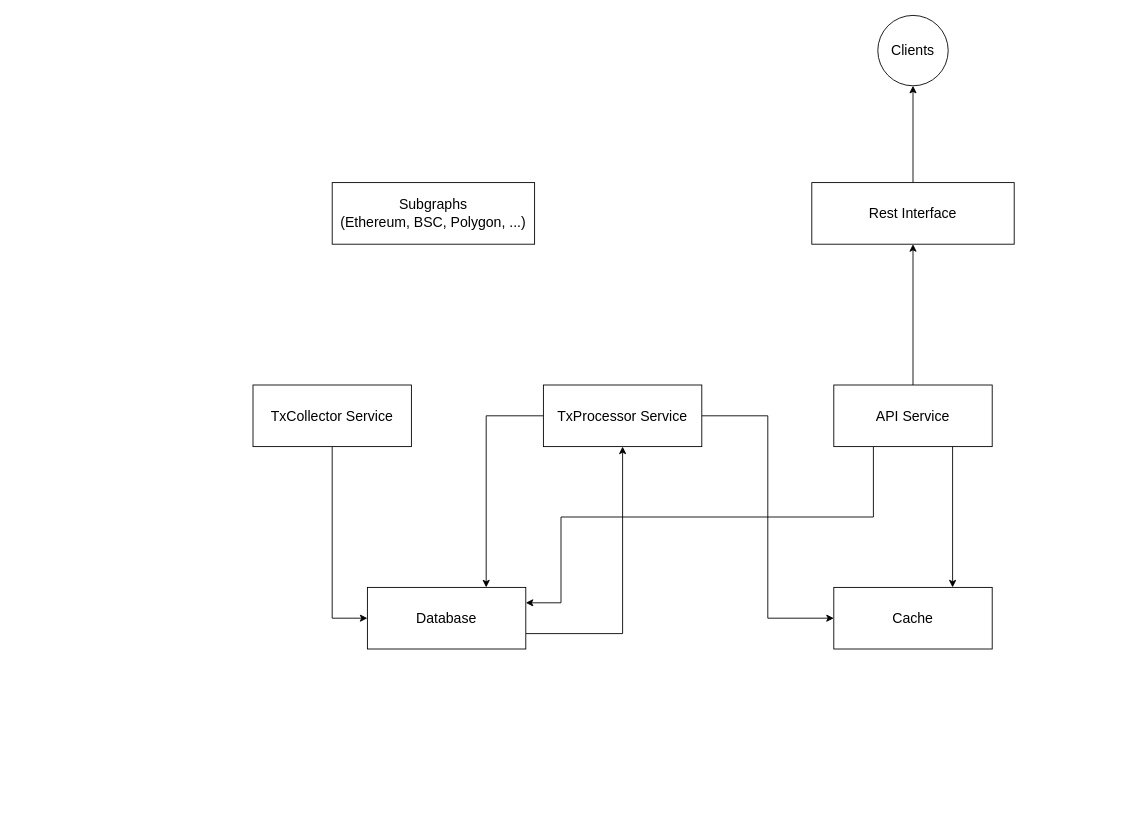
The draw.io diagram Referral program v2 system components.drawio in piavgh/draw.io-data, before the edit. Source tidied: cells renumbered, new cells numbered last; positions are measured from the earlier drawing's top-left corner, leaving out a move shared by most shapes. Both pictures are drawn from the tidied source at 88%, with x=0, y=0 at pixel (253, 15).
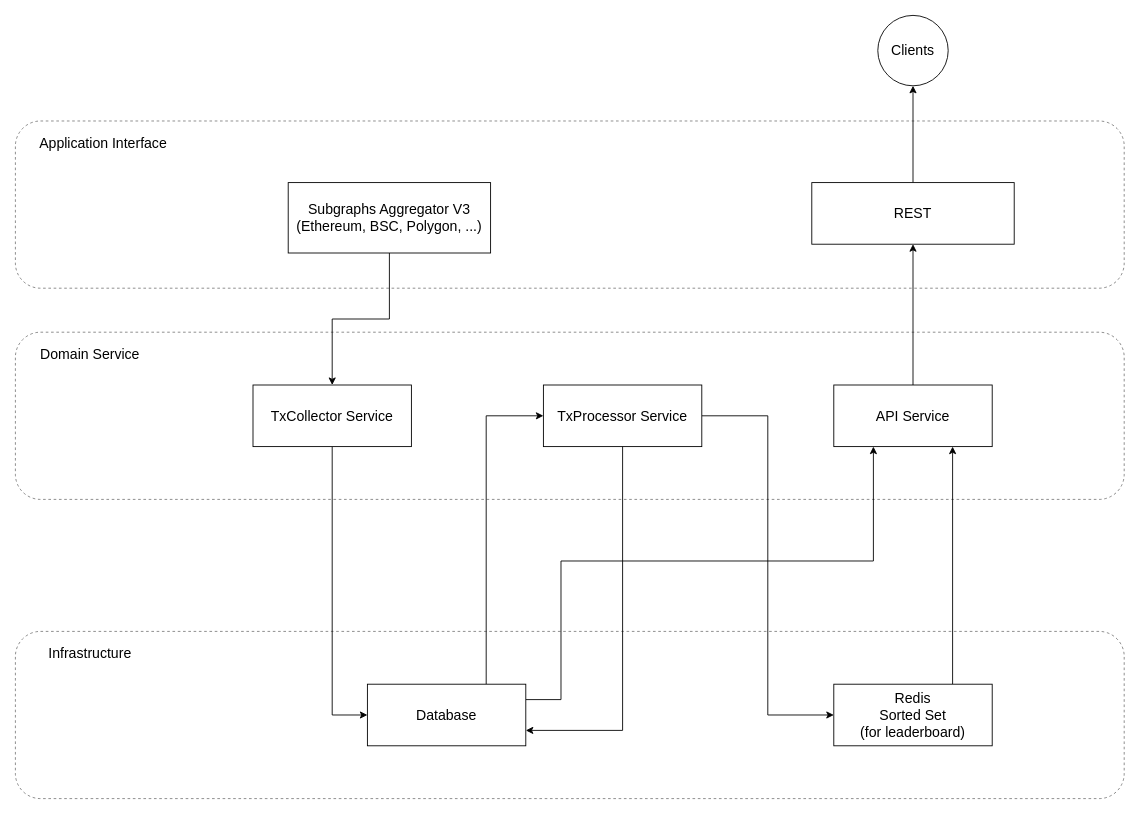
After the change.

Unchanged cells that the change refers to:
```xml
<mxCell id="3" value="TxCollector Service" style="rounded=0;whiteSpace=wrap;html=1;fontSize=16;" parent="1" vertex="1">
  <mxGeometry y="420" width="180" height="70" as="geometry" />
</mxCell>
<mxCell id="6" value="TxProcessor Service" style="rounded=0;whiteSpace=wrap;html=1;fontSize=16;" parent="1" vertex="1">
  <mxGeometry x="330" y="420" width="180" height="70" as="geometry" />
</mxCell>
<mxCell id="10" value="API Service" style="rounded=0;whiteSpace=wrap;html=1;fontSize=16;" parent="1" vertex="1">
  <mxGeometry x="660" y="420" width="180" height="70" as="geometry" />
</mxCell>
```

Diff of the diagram source:
```diff
@@
+    <mxCell id="18" style="group;" parent="1" vertex="1">
+      <mxGeometry x="-270" y="360" width="1260" height="190" as="geometry" />
+    </mxCell>
+    <mxCell id="19" style="rounded=1;whiteSpace=wrap;html=1;fontSize=16;dashed=1;fillOpacity=50;strokeOpacity=50;" parent="18" vertex="1">
+      <mxGeometry width="1260" height="190" as="geometry" />
+    </mxCell>
+    <mxCell id="20" value="Domain Service" style="text;html=1;strokeColor=none;fillColor=none;align=center;verticalAlign=middle;whiteSpace=wrap;rounded=0;dashed=1;fontSize=16;" parent="18" vertex="1">
+      <mxGeometry x="10" y="10" width="150" height="30" as="geometry" />
+    </mxCell>
+    <mxCell id="21" style="group;" parent="1" vertex="1">
+      <mxGeometry x="-270" y="120" width="1260" height="190" as="geometry" />
+    </mxCell>
+    <mxCell id="22" style="rounded=1;whiteSpace=wrap;html=1;fontSize=16;dashed=1;fillOpacity=50;strokeOpacity=50;" parent="21" vertex="1">
+      <mxGeometry width="1260" height="190" as="geometry" />
+    </mxCell>
+    <mxCell id="23" value="Application Interface" style="text;html=1;strokeColor=none;fillColor=none;align=center;verticalAlign=middle;whiteSpace=wrap;rounded=0;dashed=1;fontSize=16;" parent="21" vertex="1">
+      <mxGeometry x="10" y="10" width="180" height="30" as="geometry" />
+    </mxCell>
+    <mxCell id="14" value="Subgraphs Aggregator V3&lt;br&gt;(Ethereum, BSC, Polygon, ...)" style="rounded=0;whiteSpace=wrap;html=1;fontSize=16;" parent="21" vertex="1">
+      <mxGeometry x="310" y="70" width="230" height="80" as="geometry" />
+    </mxCell>
+    <mxCell id="24" style="rounded=1;whiteSpace=wrap;html=1;fontSize=16;dashed=1;fillOpacity=50;strokeOpacity=50;" parent="1" vertex="1">
+      <mxGeometry x="-270" y="700" width="1260" height="190" as="geometry" />
+    </mxCell>
@@
-    <mxCell id="4" style="edgeStyle=orthogonalEdgeStyle;rounded=0;jettySize=auto;html=1;exitX=0;exitY=0.5;exitDx=0;exitDy=0;entryX=0.75;entryY=0;entryDx=0;entryDy=0;fontSize=16;" parent="1" edge="1" source="6" target="12">
+    <mxCell id="4" style="edgeStyle=orthogonalEdgeStyle;rounded=0;jettySize=auto;html=1;exitX=0;exitY=0.5;exitDx=0;exitDy=0;entryX=0.75;entryY=0;entryDx=0;entryDy=0;fontSize=16;startArrow=classic;startFill=1;endArrow=none;endFill=0;" parent="1" edge="1" source="6" target="12">
       <mxGeometry relative="1" as="geometry" />
     </mxCell>
@@
-    <mxCell id="7" style="edgeStyle=orthogonalEdgeStyle;rounded=0;jettySize=auto;html=1;exitX=0.25;exitY=1;exitDx=0;exitDy=0;entryX=1;entryY=0.25;entryDx=0;entryDy=0;fontSize=16;" parent="1" edge="1" source="10" target="12">
+    <mxCell id="7" style="edgeStyle=orthogonalEdgeStyle;rounded=0;jettySize=auto;html=1;exitX=0.25;exitY=1;exitDx=0;exitDy=0;entryX=1;entryY=0.25;entryDx=0;entryDy=0;fontSize=16;startArrow=classic;startFill=1;endArrow=none;endFill=0;" parent="1" edge="1" source="10" target="12">
       <mxGeometry relative="1" as="geometry">
         <Array as="points">
-          <mxPoint x="705" y="570" />
-          <mxPoint x="350" y="570" />
-          <mxPoint x="350" y="668" />
+          <mxPoint x="705" y="620" />
+          <mxPoint x="350" y="620" />
+          <mxPoint x="350" y="778" />
         </Array>
       </mxGeometry>
     </mxCell>
-    <mxCell id="8" style="edgeStyle=orthogonalEdgeStyle;rounded=0;jettySize=auto;html=1;exitX=0.75;exitY=1;exitDx=0;exitDy=0;entryX=0.75;entryY=0;entryDx=0;entryDy=0;fontSize=16;" parent="1" edge="1" source="10" target="13">
+    <mxCell id="8" style="edgeStyle=orthogonalEdgeStyle;rounded=0;jettySize=auto;html=1;exitX=0.75;exitY=1;exitDx=0;exitDy=0;entryX=0.75;entryY=0;entryDx=0;entryDy=0;fontSize=16;startArrow=classic;startFill=1;endArrow=none;endFill=0;" parent="1" edge="1" source="10" target="13">
       <mxGeometry relative="1" as="geometry" />
     </mxCell>
@@
-    <mxCell id="11" style="edgeStyle=orthogonalEdgeStyle;rounded=0;jettySize=auto;html=1;exitX=1;exitY=0.75;exitDx=0;exitDy=0;entryX=0.5;entryY=1;entryDx=0;entryDy=0;fontSize=16;" parent="1" edge="1" source="12" target="6">
+    <mxCell id="11" style="edgeStyle=orthogonalEdgeStyle;rounded=0;jettySize=auto;html=1;exitX=1;exitY=0.75;exitDx=0;exitDy=0;entryX=0.5;entryY=1;entryDx=0;entryDy=0;fontSize=16;startArrow=classic;startFill=1;endArrow=none;endFill=0;" parent="1" edge="1" source="12" target="6">
       <mxGeometry relative="1" as="geometry" />
     </mxCell>
     <mxCell id="12" value="Database" style="rounded=0;whiteSpace=wrap;html=1;fontSize=16;" parent="1" vertex="1">
-      <mxGeometry x="130" y="650" width="180" height="70" as="geometry" />
+      <mxGeometry x="130" y="760" width="180" height="70" as="geometry" />
     </mxCell>
-    <mxCell id="13" value="Cache" style="rounded=0;whiteSpace=wrap;html=1;fontSize=16;" parent="1" vertex="1">
-      <mxGeometry x="660" y="650" width="180" height="70" as="geometry" />
+    <mxCell id="13" value="Redis&lt;br&gt;Sorted Set&lt;br&gt;(for leaderboard)" style="rounded=0;whiteSpace=wrap;html=1;fontSize=16;" parent="1" vertex="1">
+      <mxGeometry x="660" y="760" width="180" height="70" as="geometry" />
     </mxCell>
-    <mxCell id="14" value="Subgraphs&lt;br&gt;(Ethereum, BSC, Polygon, ...)" style="rounded=0;whiteSpace=wrap;html=1;fontSize=16;" parent="1" vertex="1">
-      <mxGeometry x="90" y="190" width="230" height="70" as="geometry" />
-    </mxCell>
@@
-    <mxCell id="16" value="Rest Interface" style="rounded=0;whiteSpace=wrap;html=1;fontSize=16;" parent="1" vertex="1">
+    <mxCell id="16" value="REST" style="rounded=0;whiteSpace=wrap;html=1;fontSize=16;" parent="1" vertex="1">
       <mxGeometry x="635" y="190" width="230" height="70" as="geometry" />
     </mxCell>
@@
+    <mxCell id="25" value="Infrastructure" style="text;html=1;strokeColor=none;fillColor=none;align=center;verticalAlign=middle;whiteSpace=wrap;rounded=0;dashed=1;fontSize=16;" parent="1" vertex="1">
+      <mxGeometry x="-250" y="710" width="130" height="30" as="geometry" />
+    </mxCell>
+    <mxCell id="26" style="edgeStyle=orthogonalEdgeStyle;rounded=0;jettySize=auto;html=1;entryX=0.5;entryY=0;entryDx=0;entryDy=0;fontSize=16;" parent="1" edge="1" source="14" target="3">
+      <mxGeometry relative="1" as="geometry" />
+    </mxCell>
```
